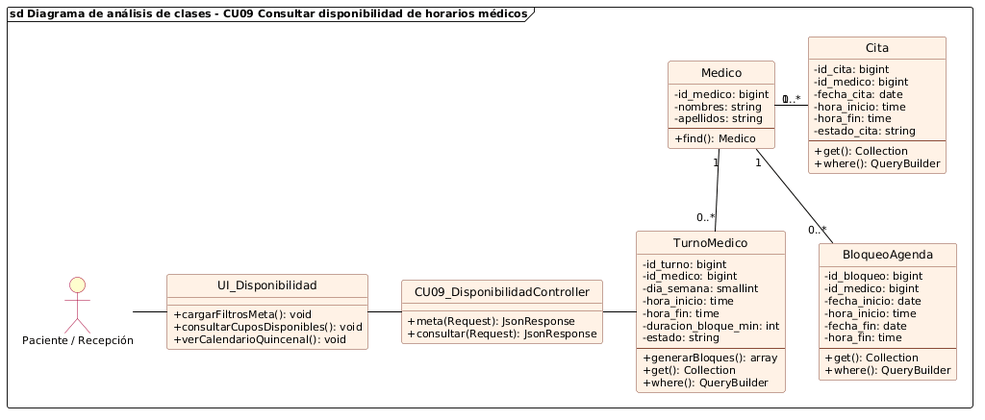
Before: diagramas/cu09_analisis_consultar_disponibilidad.png, a diagram exported from PlantUML (DiogoMars777/CITAS_MEDICAS).
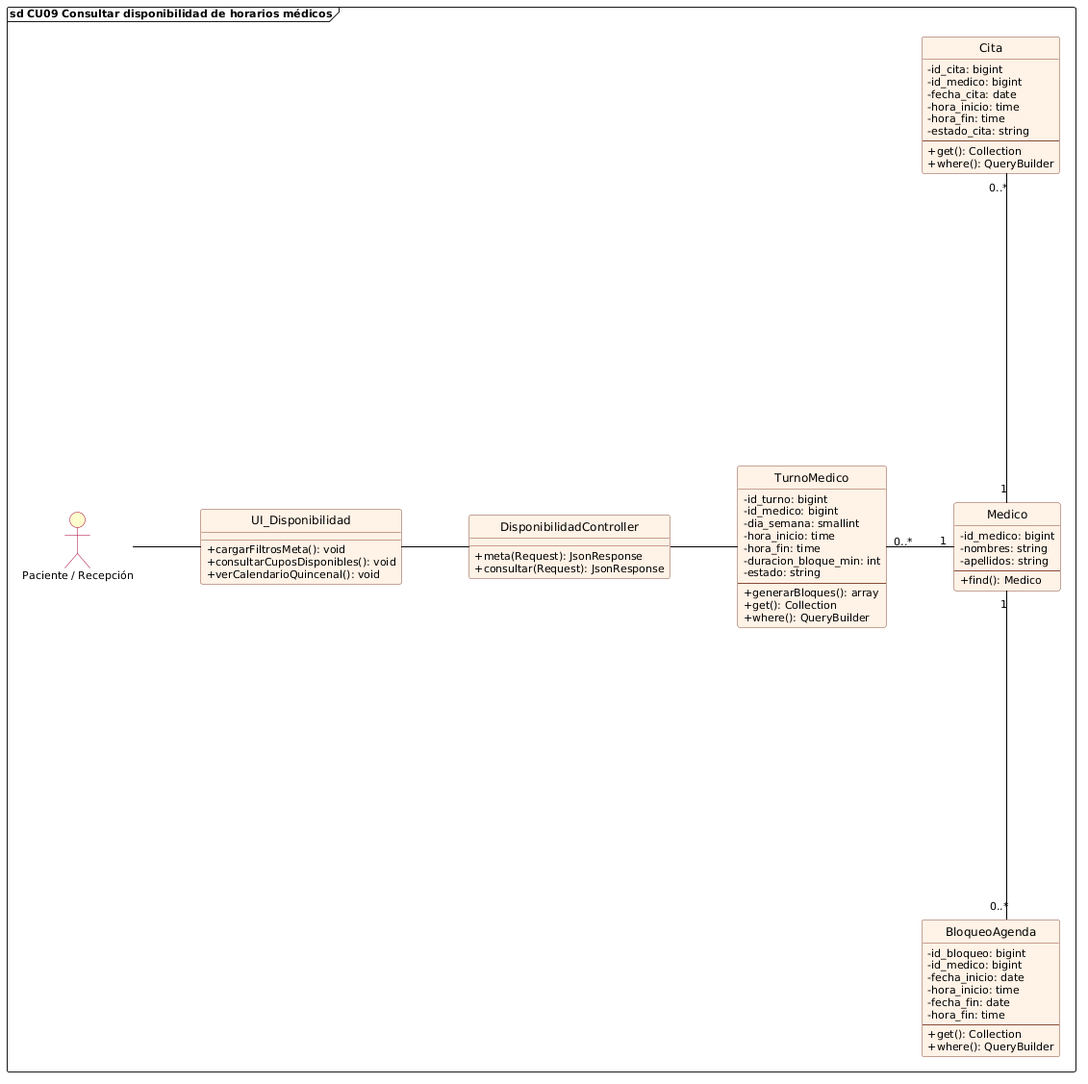
After the change.

What changed in the source:
```diff
@@ -1,6 +1,9 @@
 @startuml cu09_analisis_consultar_disponibilidad
 allowmixing
 
+skinparam linetype ortho
+skinparam nodesep 70
+skinparam ranksep 60
 skinparam backgroundColor white
 skinparam defaultFontName "Segoe UI"
 skinparam defaultFontSize 11
@@ -21,7 +24,7 @@
     BorderColor #A80036
 }
 
-frame "sd Diagrama de análisis de clases - CU09 Consultar disponibilidad de horarios médicos" {
+frame "sd CU09 Consultar disponibilidad de horarios médicos" {
     actor "Paciente / Recepción" as UsuarioActor
 
     class UI_Disponibilidad {
@@ -30,7 +33,7 @@
         + verCalendarioQuincenal(): void
     }
 
-    class CU09_DisponibilidadController {
+    class DisponibilidadController {
         + meta(Request): JsonResponse
         + consultar(Request): JsonResponse
     }
@@ -82,11 +85,11 @@
     }
 
     UsuarioActor -right- UI_Disponibilidad
-    UI_Disponibilidad -right- CU09_DisponibilidadController
-    CU09_DisponibilidadController -right- TurnoMedico
+    UI_Disponibilidad -right- DisponibilidadController
+    DisponibilidadController -right- TurnoMedico
 
-    TurnoMedico "0..*" -up- "1" Medico
-    Medico "1" -right- "0..*" Cita
-    Medico "1" -down- "0..*" BloqueoAgenda
+    TurnoMedico "0..*" ---right--- "1" Medico
+    Medico "1" ---up--- "0..*" Cita
+    Medico "1" ---down--- "0..*" BloqueoAgenda
 }
 @enduml
```
